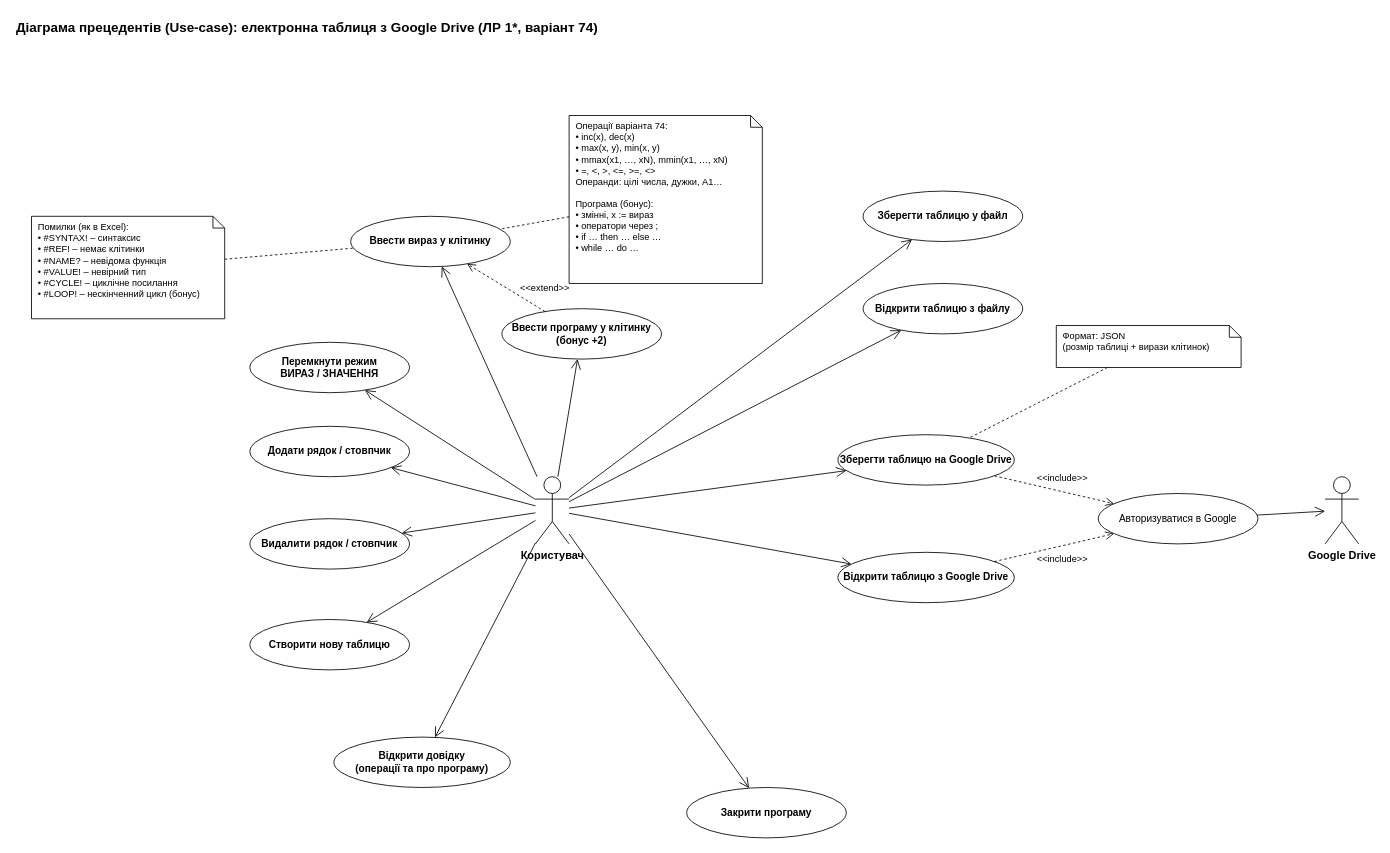
Earlier version of the draw.io diagram page "Use-case" (1 of 3) of docs/uml/lab1_uml.drawio (zenoyma/oop_lab1-). Source tidied: cells renumbered, new cells numbered last; positions are measured from the earlier drawing's top-left corner, leaving out a move shared by most shapes. Both pictures are drawn from the tidied source at 84%, with x=0, y=0 at pixel (14, 14).
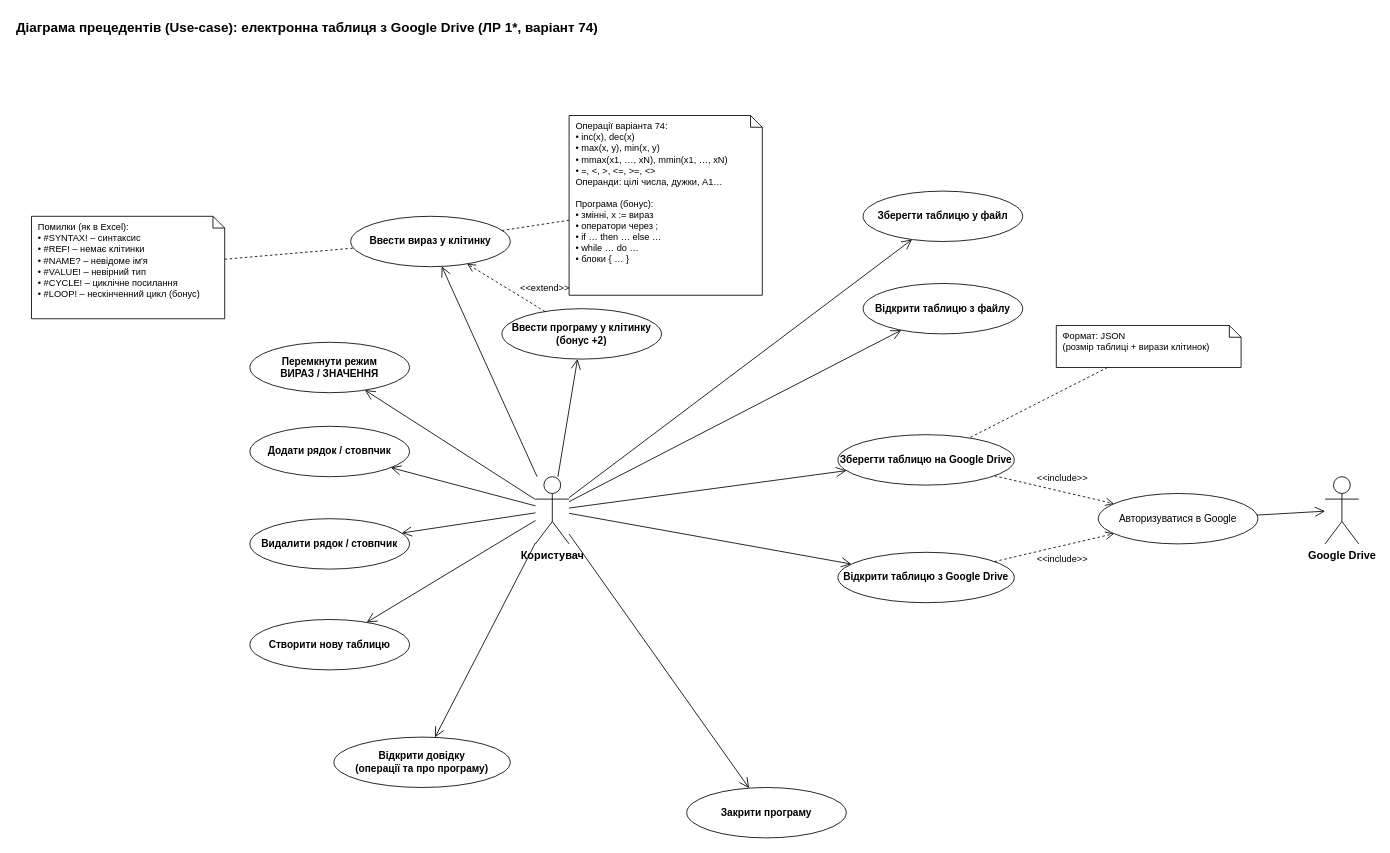
The same diagram, later.

What changed in the source:
```diff
@@
-    <mxCell id="34" value="Операції варіанта 74:&lt;br&gt;• inc(x), dec(x)&lt;br&gt;• max(x, y), min(x, y)&lt;br&gt;• mmax(x1, …, xN), mmin(x1, …, xN)&lt;br&gt;• =, &amp;lt;, &amp;gt;, &amp;lt;=, &amp;gt;=, &amp;lt;&amp;gt;&lt;br&gt;Операнди: цілі числа, дужки, A1…&lt;br&gt;&lt;br&gt;Програма (бонус):&lt;br&gt;• змінні, x := вираз&lt;br&gt;• оператори через ;&lt;br&gt;• if … then … else …&lt;br&gt;• while … do …" style="shape=note;whiteSpace=wrap;html=1;size=14;align=left;verticalAlign=top;spacingLeft=6;fontSize=11;" parent="1" vertex="1">
-      <mxGeometry x="660" y="120" width="230" height="200" as="geometry" />
+    <mxCell id="34" value="Операції варіанта 74:&lt;br&gt;• inc(x), dec(x)&lt;br&gt;• max(x, y), min(x, y)&lt;br&gt;• mmax(x1, …, xN), mmin(x1, …, xN)&lt;br&gt;• =, &amp;lt;, &amp;gt;, &amp;lt;=, &amp;gt;=, &amp;lt;&amp;gt;&lt;br&gt;Операнди: цілі числа, дужки, A1…&lt;br&gt;&lt;br&gt;Програма (бонус):&lt;br&gt;• змінні, x := вираз&lt;br&gt;• оператори через ;&lt;br&gt;• if … then … else …&lt;br&gt;• while … do …&lt;br&gt;• блоки { … }" style="shape=note;whiteSpace=wrap;html=1;size=14;align=left;verticalAlign=top;spacingLeft=6;fontSize=11;" parent="1" vertex="1">
+      <mxGeometry x="660" y="120" width="230" height="214" as="geometry" />
     </mxCell>
@@
-    <mxCell id="36" value="Помилки (як в Excel):&lt;br&gt;• #SYNTAX! – синтаксис&lt;br&gt;• #REF! – немає клітинки&lt;br&gt;• #NAME? – невідома функція&lt;br&gt;• #VALUE! – невірний тип&lt;br&gt;• #CYCLE! – циклічне посилання&lt;br&gt;• #LOOP! – нескінченний цикл (бонус)" style="shape=note;whiteSpace=wrap;html=1;size=14;align=left;verticalAlign=top;spacingLeft=6;fontSize=11;" parent="1" vertex="1">
+    <mxCell id="36" value="Помилки (як в Excel):&lt;br&gt;• #SYNTAX! – синтаксис&lt;br&gt;• #REF! – немає клітинки&lt;br&gt;• #NAME? – невідоме ім'я&lt;br&gt;• #VALUE! – невірний тип&lt;br&gt;• #CYCLE! – циклічне посилання&lt;br&gt;• #LOOP! – нескінченний цикл (бонус)" style="shape=note;whiteSpace=wrap;html=1;size=14;align=left;verticalAlign=top;spacingLeft=6;fontSize=11;" parent="1" vertex="1">
       <mxGeometry x="20" y="240" width="230" height="122" as="geometry" />
     </mxCell>
```
